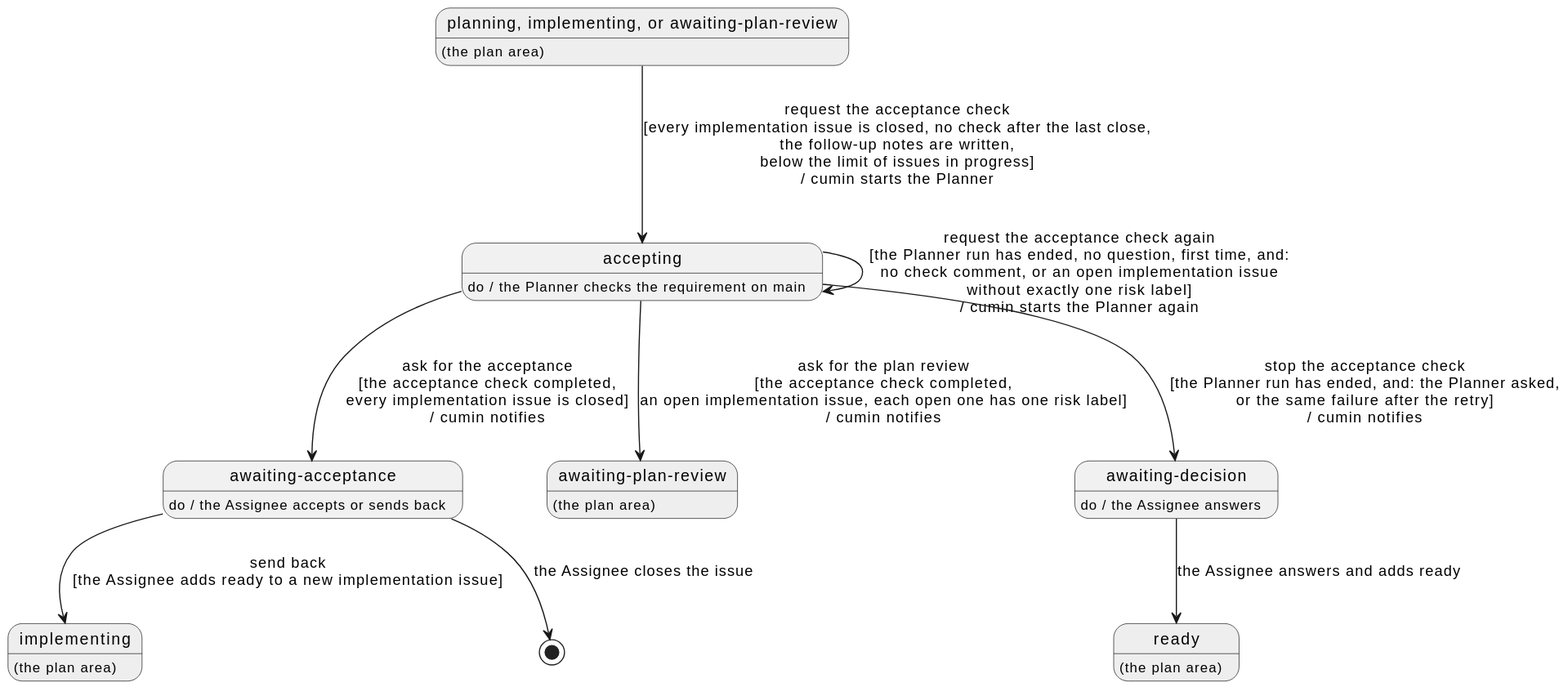
This is docs/ja/requirements/accept/overview.svg from cloveclovedev/cumin-works, a PlantUML export, as it was before one commit.
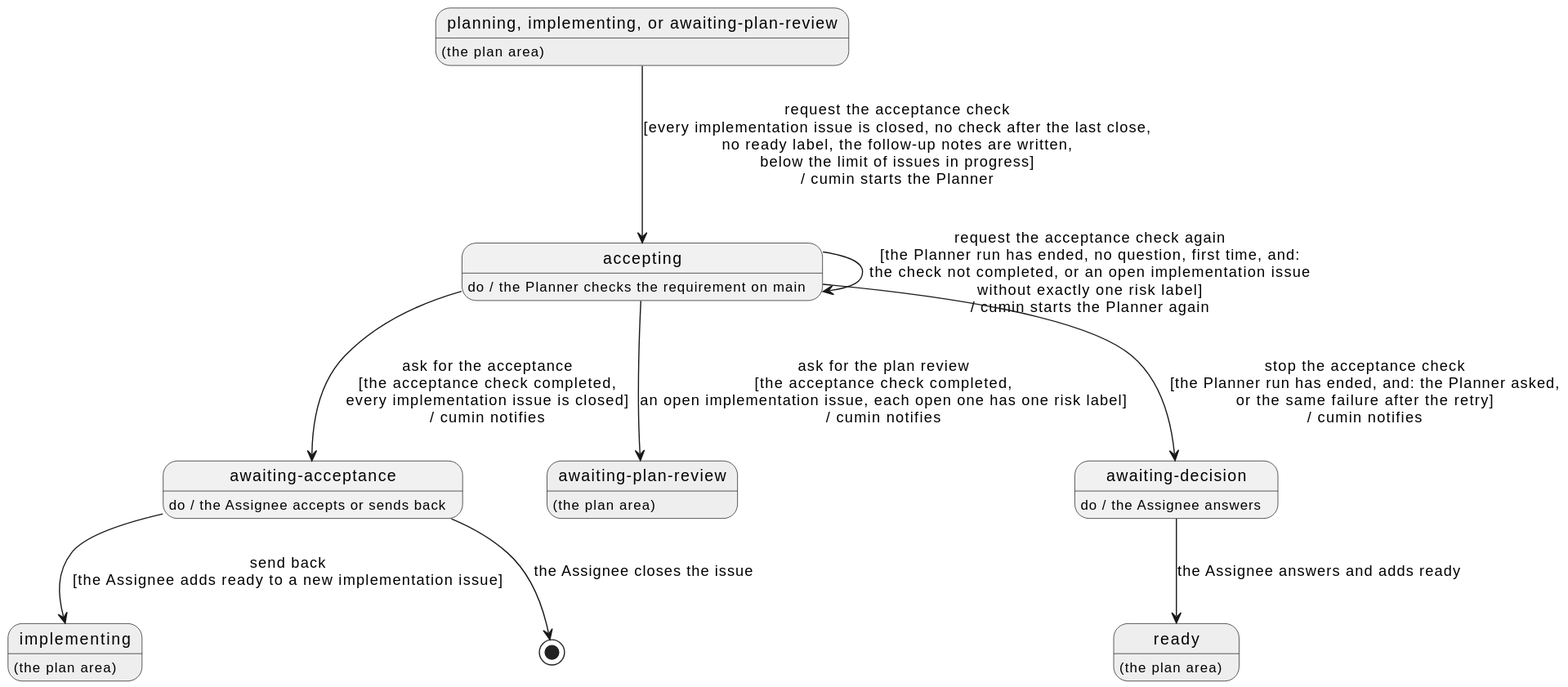
After the change.

Commit message:
docs(requirements): settle the start and the retry of the acceptance check

ACCEPT-001 waits while cumin/status/ready is on the requirement issue, so
that a new plan goes first (PLAN-001). ACCEPT-005 reads only the questions
after the issue entered accepting, and refers to the completion of
ACCEPT-002. The sorting names its groups in plain words, and each item is a
remaining item. ACCEPT-007 tests only that cumin leaves a closed issue
alone, and inspects the template for the rest.

Claude-Session: https://claude.ai/code/session_016tkMojagRLLJdZue2gpRyn

Diff of the diagram source:
```diff
@@ -23,10 +23,10 @@
 state "ready" as Ready #EEEEEE
 Ready : (the plan area)
 
-Before --> Accepting : request the acceptance check\n[every implementation issue is closed, no check after the last close,\nthe follow-up notes are written,\nbelow the limit of issues in progress]\n/ cumin starts the Planner
+Before --> Accepting : request the acceptance check\n[every implementation issue is closed, no check after the last close,\nno ready label, the follow-up notes are written,\nbelow the limit of issues in progress]\n/ cumin starts the Planner
 Accepting --> AwaitingAcceptance : ask for the acceptance\n[the acceptance check completed,\nevery implementation issue is closed]\n/ cumin notifies
 Accepting --> PlanReview : ask for the plan review\n[the acceptance check completed,\nan open implementation issue, each open one has one risk label]\n/ cumin notifies
-Accepting --> Accepting : request the acceptance check again\n[the Planner run has ended, no question, first time, and:\nno check comment, or an open implementation issue\nwithout exactly one risk label]\n/ cumin starts the Planner again
+Accepting --> Accepting : request the acceptance check again\n[the Planner run has ended, no question, first time, and:\nthe check not completed, or an open implementation issue\nwithout exactly one risk label]\n/ cumin starts the Planner again
 Accepting --> Decision : stop the acceptance check\n[the Planner run has ended, and: the Planner asked,\nor the same failure after the retry]\n/ cumin notifies
 AwaitingAcceptance --> [*] : the Assignee closes the issue
 AwaitingAcceptance --> Implementing : send back\n[the Assignee adds ready to a new implementation issue]
```
